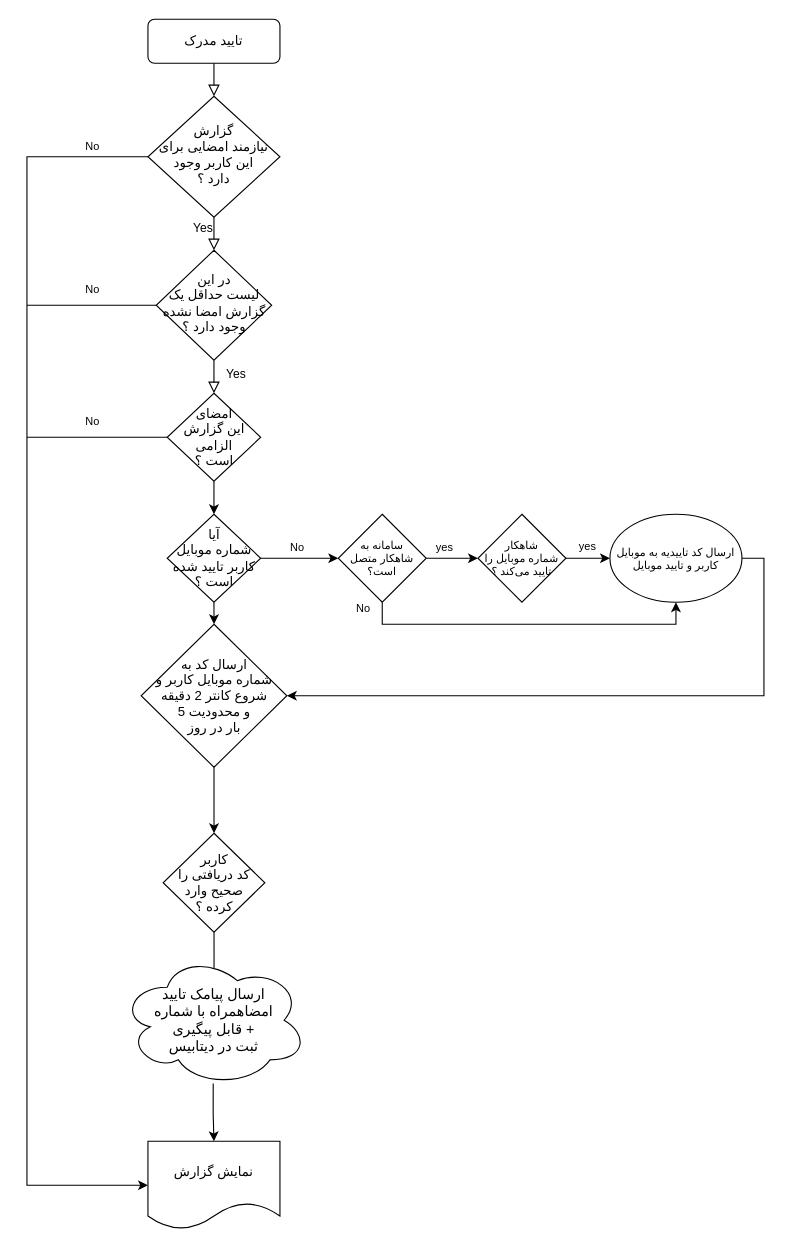
The draw.io diagram Untitled Diagram.drawio in masoodvahid/flowcharts, before the edit. Source tidied: cells renumbered, new cells numbered last; positions are measured from the earlier drawing's top-left corner, leaving out a move shared by most shapes. Both pictures are drawn from the tidied source at 110%, with x=0, y=0 at pixel (26, 19).
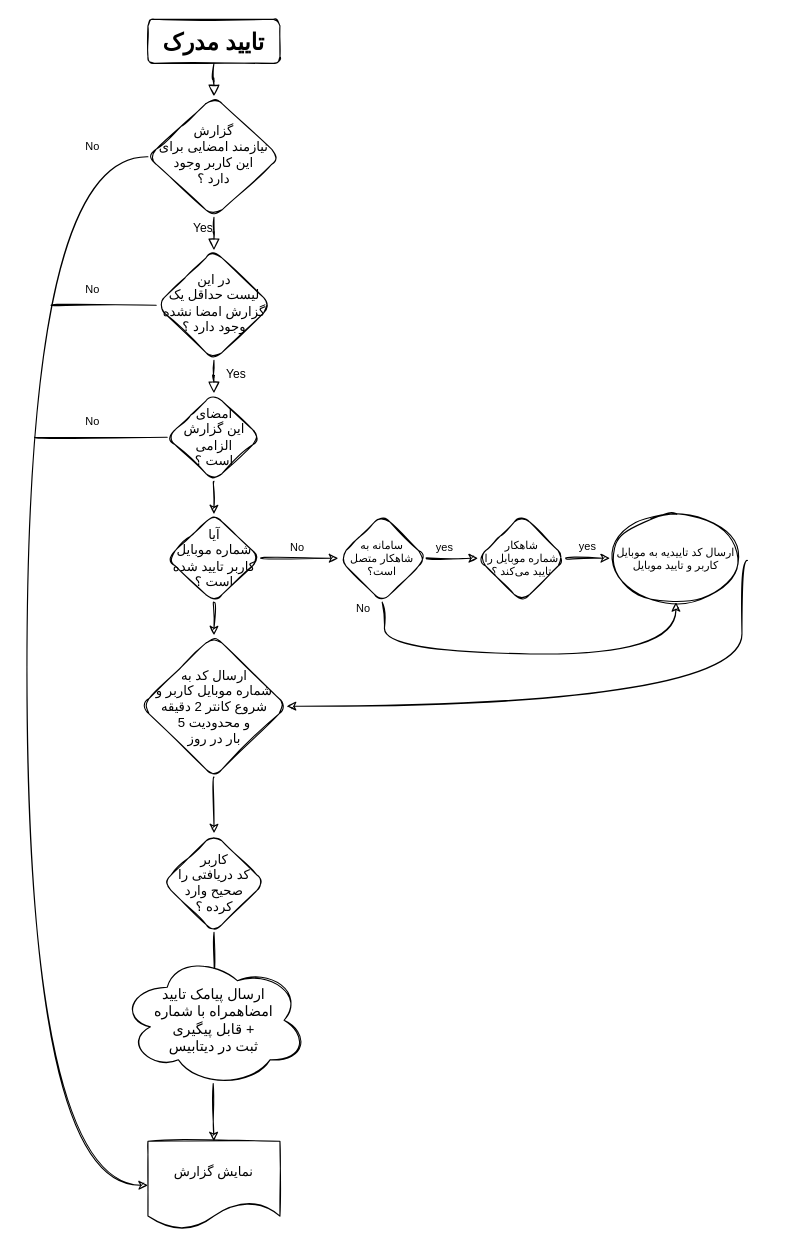
The same diagram, later.

The edit, as a diff of the source:
```diff
@@
-    <mxCell id="2" style="rounded=0;html=1;jettySize=auto;fontSize=11;endArrow=block;endFill=0;endSize=8;strokeWidth=1;shadow=0;labelBackgroundColor=none;edgeStyle=orthogonalEdgeStyle;fontFamily=Vazir;" parent="1" edge="1" source="3" target="6">
+    <mxCell id="2" style="rounded=1;html=1;jettySize=auto;fontSize=11;endArrow=block;endFill=0;endSize=8;strokeWidth=1;shadow=0;labelBackgroundColor=none;edgeStyle=orthogonalEdgeStyle;fontFamily=Vazir;sketch=1;curved=1;" parent="1" edge="1" source="3" target="6">
       <mxGeometry relative="1" as="geometry" />
     </mxCell>
-    <mxCell id="3" value="&lt;div&gt;تایید مدرک&lt;/div&gt;" style="rounded=1;whiteSpace=wrap;html=1;fontSize=12;glass=0;strokeWidth=1;shadow=0;fontFamily=Vazir;" parent="1" vertex="1">
+    <mxCell id="3" value="&lt;div style=&quot;font-size: 21px;&quot;&gt;تایید مدرک&lt;/div&gt;" style="rounded=1;whiteSpace=wrap;html=1;fontSize=21;glass=0;strokeWidth=1;shadow=0;fontFamily=Vazir;sketch=1;fontStyle=1;" parent="1" vertex="1">
       <mxGeometry x="110" width="120" height="40" as="geometry" />
     </mxCell>
-    <mxCell id="4" value="Yes" style="rounded=0;html=1;jettySize=auto;fontSize=11;endArrow=block;endFill=0;endSize=8;strokeWidth=1;shadow=0;labelBackgroundColor=none;edgeStyle=orthogonalEdgeStyle;fontFamily=Vazir;" parent="1" edge="1" source="6" target="8">
+    <mxCell id="4" value="Yes" style="rounded=1;html=1;jettySize=auto;fontSize=11;endArrow=block;endFill=0;endSize=8;strokeWidth=1;shadow=0;labelBackgroundColor=none;edgeStyle=orthogonalEdgeStyle;fontFamily=Vazir;sketch=1;curved=1;" parent="1" edge="1" source="6" target="8">
       <mxGeometry x="0.2" y="-10" relative="1" as="geometry" />
     </mxCell>
-    <mxCell id="5" style="edgeStyle=orthogonalEdgeStyle;rounded=0;jettySize=auto;html=1;exitX=0;exitY=0.5;exitDx=0;exitDy=0;entryX=0;entryY=0.5;entryDx=0;entryDy=0;fontFamily=Vazir;fontSize=10;" parent="1" edge="1" source="6" target="18">
+    <mxCell id="5" style="edgeStyle=orthogonalEdgeStyle;rounded=1;jettySize=auto;html=1;exitX=0;exitY=0.5;exitDx=0;exitDy=0;entryX=0;entryY=0.5;entryDx=0;entryDy=0;fontFamily=Vazir;fontSize=10;sketch=1;curved=1;" parent="1" edge="1" source="6" target="18">
       <mxGeometry relative="1" as="geometry">
         <Array as="points">
           <mxPoint y="125" />
           <mxPoint y="1060" />
         </Array>
       </mxGeometry>
     </mxCell>
-    <mxCell id="6" value="&lt;div style=&quot;font-size: 12px;&quot;&gt;گزارش&lt;br&gt;نیازمند امضایی برای&lt;br&gt; این کاربر وجود &lt;br style=&quot;font-size: 12px;&quot;&gt;&lt;/div&gt;&lt;div style=&quot;font-size: 12px;&quot;&gt;دارد ؟&lt;br style=&quot;font-size: 12px;&quot;&gt;&lt;/div&gt;" style="rhombus;whiteSpace=wrap;html=1;shadow=0;fontFamily=Vazir;fontSize=12;align=center;strokeWidth=1;spacing=6;spacingTop=-4;verticalAlign=middle;" parent="1" vertex="1">
+    <mxCell id="6" value="&lt;div style=&quot;font-size: 12px;&quot;&gt;گزارش&lt;br&gt;نیازمند امضایی برای&lt;br&gt; این کاربر وجود &lt;br style=&quot;font-size: 12px;&quot;&gt;&lt;/div&gt;&lt;div style=&quot;font-size: 12px;&quot;&gt;دارد ؟&lt;br style=&quot;font-size: 12px;&quot;&gt;&lt;/div&gt;" style="rhombus;whiteSpace=wrap;html=1;shadow=0;fontFamily=Vazir;fontSize=12;align=center;strokeWidth=1;spacing=6;spacingTop=-4;verticalAlign=middle;rounded=1;sketch=1;" parent="1" vertex="1">
       <mxGeometry x="110" y="70" width="120" height="110" as="geometry" />
     </mxCell>
-    <mxCell id="7" value="Yes" style="rounded=0;html=1;jettySize=auto;fontSize=11;endArrow=block;endFill=0;endSize=8;strokeWidth=1;shadow=0;labelBackgroundColor=none;edgeStyle=orthogonalEdgeStyle;fontFamily=Vazir;entryX=0.5;entryY=0;entryDx=0;entryDy=0;" parent="1" edge="1" source="8" target="10">
+    <mxCell id="7" value="Yes" style="rounded=1;html=1;jettySize=auto;fontSize=11;endArrow=block;endFill=0;endSize=8;strokeWidth=1;shadow=0;labelBackgroundColor=none;edgeStyle=orthogonalEdgeStyle;fontFamily=Vazir;entryX=0.5;entryY=0;entryDx=0;entryDy=0;sketch=1;curved=1;labelBorderColor=none;" parent="1" edge="1" source="8" target="10">
       <mxGeometry x="0.33" y="20" relative="1" as="geometry" />
     </mxCell>
-    <mxCell id="8" value="در این &lt;br&gt;لیست حداقل یک گزارش امضا نشده وجود دارد ؟" style="rhombus;whiteSpace=wrap;html=1;shadow=0;fontFamily=Vazir;fontSize=12;align=center;strokeWidth=1;spacing=6;spacingTop=-4;" parent="1" vertex="1">
+    <mxCell id="8" value="در این &lt;br&gt;لیست حداقل یک گزارش امضا نشده وجود دارد ؟" style="rhombus;whiteSpace=wrap;html=1;shadow=0;fontFamily=Vazir;fontSize=12;align=center;strokeWidth=1;spacing=6;spacingTop=-4;rounded=1;sketch=1;" parent="1" vertex="1">
       <mxGeometry x="117.5" y="210" width="105" height="100" as="geometry" />
     </mxCell>
-    <mxCell id="9" style="edgeStyle=orthogonalEdgeStyle;rounded=0;jettySize=auto;html=1;exitX=0.5;exitY=1;exitDx=0;exitDy=0;entryX=0.5;entryY=0;entryDx=0;entryDy=0;fontFamily=Vazir;fontSize=12;" parent="1" edge="1" source="10" target="13">
+    <mxCell id="9" style="edgeStyle=orthogonalEdgeStyle;rounded=1;jettySize=auto;html=1;exitX=0.5;exitY=1;exitDx=0;exitDy=0;entryX=0.5;entryY=0;entryDx=0;entryDy=0;fontFamily=Vazir;fontSize=12;sketch=1;curved=1;" parent="1" edge="1" source="10" target="13">
       <mxGeometry relative="1" as="geometry" />
     </mxCell>
-    <mxCell id="10" value="امضای&lt;br&gt; این گزارش&lt;br&gt; الزامی&lt;br&gt; است ؟" style="rhombus;whiteSpace=wrap;html=1;fontSize=12;fontFamily=Vazir;" parent="1" vertex="1">
+    <mxCell id="10" value="امضای&lt;br&gt; این گزارش&lt;br&gt; الزامی&lt;br&gt; است ؟" style="rhombus;whiteSpace=wrap;html=1;fontSize=12;fontFamily=Vazir;rounded=1;sketch=1;" parent="1" vertex="1">
       <mxGeometry x="127.5" y="340" width="85" height="80" as="geometry" />
     </mxCell>
-    <mxCell id="11" style="edgeStyle=orthogonalEdgeStyle;rounded=0;jettySize=auto;html=1;exitX=0.5;exitY=1;exitDx=0;exitDy=0;entryX=0.5;entryY=0;entryDx=0;entryDy=0;fontFamily=Vazir;fontSize=12;" parent="1" edge="1" source="13" target="15">
+    <mxCell id="11" style="edgeStyle=orthogonalEdgeStyle;rounded=1;jettySize=auto;html=1;exitX=0.5;exitY=1;exitDx=0;exitDy=0;entryX=0.5;entryY=0;entryDx=0;entryDy=0;fontFamily=Vazir;fontSize=12;sketch=1;curved=1;" parent="1" edge="1" source="13" target="15">
       <mxGeometry relative="1" as="geometry" />
     </mxCell>
-    <mxCell id="12" style="edgeStyle=orthogonalEdgeStyle;rounded=0;jettySize=auto;html=1;exitX=1;exitY=0.5;exitDx=0;exitDy=0;entryX=0;entryY=0.5;entryDx=0;entryDy=0;fontFamily=Vazir;fontSize=10;" parent="1" edge="1" source="13" target="29">
+    <mxCell id="12" style="edgeStyle=orthogonalEdgeStyle;rounded=1;jettySize=auto;html=1;exitX=1;exitY=0.5;exitDx=0;exitDy=0;entryX=0;entryY=0.5;entryDx=0;entryDy=0;fontFamily=Vazir;fontSize=10;sketch=1;curved=1;" parent="1" edge="1" source="13" target="29">
       <mxGeometry relative="1" as="geometry" />
     </mxCell>
-    <mxCell id="13" value="آیا &lt;br&gt;شماره موبایل &lt;br&gt;کاربر تایید شده &lt;br&gt;است ؟" style="rhombus;whiteSpace=wrap;html=1;fontSize=12;fontFamily=Vazir;labelBorderColor=none;" parent="1" vertex="1">
+    <mxCell id="13" value="آیا &lt;br&gt;شماره موبایل &lt;br&gt;کاربر تایید شده &lt;br&gt;است ؟" style="rhombus;whiteSpace=wrap;html=1;fontSize=12;fontFamily=Vazir;labelBorderColor=none;rounded=1;sketch=1;" parent="1" vertex="1">
       <mxGeometry x="127.5" y="450" width="85" height="80" as="geometry" />
     </mxCell>
-    <mxCell id="14" style="edgeStyle=orthogonalEdgeStyle;rounded=0;jettySize=auto;html=1;exitX=0.5;exitY=1;exitDx=0;exitDy=0;entryX=0.5;entryY=0;entryDx=0;entryDy=0;fontFamily=Vazir;fontSize=12;" parent="1" edge="1" source="15" target="17">
+    <mxCell id="14" style="edgeStyle=orthogonalEdgeStyle;rounded=1;jettySize=auto;html=1;exitX=0.5;exitY=1;exitDx=0;exitDy=0;entryX=0.5;entryY=0;entryDx=0;entryDy=0;fontFamily=Vazir;fontSize=12;sketch=1;curved=1;" parent="1" edge="1" source="15" target="17">
       <mxGeometry relative="1" as="geometry" />
     </mxCell>
-    <mxCell id="15" value="ارسال کد به &lt;br&gt;شماره موبایل کاربر و &lt;br&gt;شروع کانتر 2 دقیقه&lt;br&gt;و محدودیت 5 &lt;br&gt;بار در روز" style="rhombus;whiteSpace=wrap;html=1;fontSize=12;fontFamily=Vazir;" parent="1" vertex="1">
-      <mxGeometry x="103.8" y="550" width="132.5" height="130" as="geometry" />
+    <mxCell id="15" value="ارسال کد به &lt;br&gt;شماره موبایل کاربر و &lt;br&gt;شروع کانتر 2 دقیقه&lt;br&gt;و محدودیت 5 &lt;br&gt;بار در روز" style="rhombus;whiteSpace=wrap;html=1;fontSize=12;fontFamily=Vazir;rounded=1;sketch=1;" parent="1" vertex="1">
+      <mxGeometry x="103.8" y="560" width="132.5" height="129" as="geometry" />
     </mxCell>
-    <mxCell id="16" style="edgeStyle=orthogonalEdgeStyle;rounded=0;jettySize=auto;html=1;exitX=0.5;exitY=1;exitDx=0;exitDy=0;fontFamily=Vazir;fontSize=12;entryX=0.5;entryY=0.25;entryDx=0;entryDy=0;entryPerimeter=0;" parent="1" edge="1" source="17" target="20">
+    <mxCell id="16" style="edgeStyle=orthogonalEdgeStyle;rounded=1;jettySize=auto;html=1;exitX=0.5;exitY=1;exitDx=0;exitDy=0;fontFamily=Vazir;fontSize=12;entryX=0.5;entryY=0.25;entryDx=0;entryDy=0;entryPerimeter=0;sketch=1;curved=1;" parent="1" edge="1" source="17" target="20">
       <mxGeometry relative="1" as="geometry" />
     </mxCell>
-    <mxCell id="17" value="کاربر &lt;br&gt;کد دریافتی را صحیح وارد&lt;br&gt; کرده ؟" style="rhombus;whiteSpace=wrap;html=1;fontSize=12;fontFamily=Vazir;" parent="1" vertex="1">
+    <mxCell id="17" value="کاربر &lt;br&gt;کد دریافتی را صحیح وارد&lt;br&gt; کرده ؟" style="rhombus;whiteSpace=wrap;html=1;fontSize=12;fontFamily=Vazir;rounded=1;sketch=1;" parent="1" vertex="1">
       <mxGeometry x="123.8" y="740" width="92.5" height="90" as="geometry" />
     </mxCell>
-    <mxCell id="18" value="نمایش گزارش" style="shape=document;whiteSpace=wrap;html=1;boundedLbl=1;labelBorderColor=none;fontFamily=Vazir;fontSize=12;" parent="1" vertex="1">
+    <mxCell id="18" value="نمایش گزارش" style="shape=document;whiteSpace=wrap;html=1;boundedLbl=1;labelBorderColor=none;fontFamily=Vazir;fontSize=12;rounded=1;sketch=1;" parent="1" vertex="1">
       <mxGeometry x="110" y="1020" width="120" height="80" as="geometry" />
     </mxCell>
-    <mxCell id="19" style="edgeStyle=orthogonalEdgeStyle;rounded=0;jettySize=auto;html=1;exitX=0.496;exitY=0.98;exitDx=0;exitDy=0;exitPerimeter=0;entryX=0.5;entryY=0;entryDx=0;entryDy=0;fontFamily=Vazir;fontSize=10;" parent="1" edge="1" source="20" target="18">
+    <mxCell id="19" style="edgeStyle=orthogonalEdgeStyle;rounded=1;jettySize=auto;html=1;exitX=0.496;exitY=0.98;exitDx=0;exitDy=0;exitPerimeter=0;entryX=0.5;entryY=0;entryDx=0;entryDy=0;fontFamily=Vazir;fontSize=10;sketch=1;curved=1;" parent="1" edge="1" source="20" target="18">
       <mxGeometry relative="1" as="geometry" />
     </mxCell>
-    <mxCell id="20" value="&lt;font style=&quot;font-size: 13px;&quot;&gt;ارسال پیامک تایید &lt;br style=&quot;font-size: 13px;&quot;&gt;امضاهمراه با شماره &lt;br style=&quot;font-size: 13px;&quot;&gt;قابل پیگیری +&lt;br&gt; ثبت در دیتابیس&lt;br style=&quot;font-size: 13px;&quot;&gt;&lt;/font&gt;" style="ellipse;shape=cloud;whiteSpace=wrap;html=1;labelBorderColor=none;fontFamily=Vazir;fontSize=13;" parent="1" vertex="1">
+    <mxCell id="20" value="&lt;font style=&quot;font-size: 13px;&quot;&gt;ارسال پیامک تایید &lt;br style=&quot;font-size: 13px;&quot;&gt;امضاهمراه با شماره &lt;br style=&quot;font-size: 13px;&quot;&gt;قابل پیگیری +&lt;br&gt; ثبت در دیتابیس&lt;br style=&quot;font-size: 13px;&quot;&gt;&lt;/font&gt;" style="ellipse;shape=cloud;whiteSpace=wrap;html=1;labelBorderColor=none;fontFamily=Vazir;fontSize=13;rounded=1;sketch=1;" parent="1" vertex="1">
       <mxGeometry x="85" y="850" width="170" height="120" as="geometry" />
     </mxCell>
-    <mxCell id="21" value="No" style="text;html=1;strokeColor=none;fillColor=none;align=center;verticalAlign=middle;whiteSpace=wrap;rounded=0;labelBorderColor=none;fontFamily=Vazir;fontSize=10;" parent="1" vertex="1">
+    <mxCell id="21" value="No" style="text;html=1;strokeColor=none;fillColor=none;align=center;verticalAlign=middle;whiteSpace=wrap;rounded=1;labelBorderColor=none;fontFamily=Vazir;fontSize=10;sketch=1;" parent="1" vertex="1">
       <mxGeometry x="30" y="100" width="60" height="30" as="geometry" />
     </mxCell>
-    <mxCell id="22" value="No" style="text;html=1;strokeColor=none;fillColor=none;align=center;verticalAlign=middle;whiteSpace=wrap;rounded=0;labelBorderColor=none;fontFamily=Vazir;fontSize=10;" parent="1" vertex="1">
+    <mxCell id="22" value="No" style="text;html=1;strokeColor=none;fillColor=none;align=center;verticalAlign=middle;whiteSpace=wrap;rounded=1;labelBorderColor=none;fontFamily=Vazir;fontSize=10;sketch=1;" parent="1" vertex="1">
       <mxGeometry x="30" y="230" width="60" height="30" as="geometry" />
     </mxCell>
-    <mxCell id="23" style="endArrow=none;html=1;rounded=0;fontFamily=Vazir;fontSize=10;entryX=0;entryY=0.5;entryDx=0;entryDy=0;" parent="1" edge="1" target="8">
+    <mxCell id="23" style="endArrow=none;html=1;rounded=1;fontFamily=Vazir;fontSize=10;entryX=0;entryY=0.5;entryDx=0;entryDy=0;sketch=1;curved=1;" parent="1" edge="1" target="8">
       <mxGeometry relative="1" as="geometry">
-        <mxPoint y="260" as="sourcePoint" />
+        <mxPoint x="22" y="260" as="sourcePoint" />
       </mxGeometry>
     </mxCell>
-    <mxCell id="24" style="endArrow=none;html=1;rounded=0;fontFamily=Vazir;fontSize=10;entryX=0;entryY=0.5;entryDx=0;entryDy=0;" parent="1" edge="1" target="10">
+    <mxCell id="24" style="endArrow=none;html=1;rounded=1;fontFamily=Vazir;fontSize=10;entryX=0;entryY=0.5;entryDx=0;entryDy=0;sketch=1;curved=1;" parent="1" edge="1" target="10">
       <mxGeometry relative="1" as="geometry">
-        <mxPoint y="380" as="sourcePoint" />
+        <mxPoint x="7" y="380" as="sourcePoint" />
       </mxGeometry>
     </mxCell>
-    <mxCell id="25" value="No" style="text;html=1;strokeColor=none;fillColor=none;align=center;verticalAlign=middle;whiteSpace=wrap;rounded=0;labelBorderColor=none;fontFamily=Vazir;fontSize=10;" parent="1" vertex="1">
+    <mxCell id="25" value="No" style="text;html=1;strokeColor=none;fillColor=none;align=center;verticalAlign=middle;whiteSpace=wrap;rounded=1;labelBorderColor=none;fontFamily=Vazir;fontSize=10;sketch=1;" parent="1" vertex="1">
       <mxGeometry x="30" y="350" width="60" height="30" as="geometry" />
     </mxCell>
-    <mxCell id="26" value="No" style="text;html=1;strokeColor=none;fillColor=none;align=center;verticalAlign=middle;whiteSpace=wrap;rounded=0;labelBorderColor=none;fontFamily=Vazir;fontSize=10;" parent="1" vertex="1">
+    <mxCell id="26" value="No" style="text;html=1;strokeColor=none;fillColor=none;align=center;verticalAlign=middle;whiteSpace=wrap;rounded=1;labelBorderColor=none;fontFamily=Vazir;fontSize=10;sketch=1;" parent="1" vertex="1">
       <mxGeometry x="216.2" y="465" width="60" height="30" as="geometry" />
     </mxCell>
-    <mxCell id="27" style="edgeStyle=orthogonalEdgeStyle;rounded=0;jettySize=auto;html=1;exitX=1;exitY=0.5;exitDx=0;exitDy=0;entryX=0;entryY=0.5;entryDx=0;entryDy=0;fontFamily=Vazir;fontSize=10;" parent="1" edge="1" source="29" target="31">
+    <mxCell id="27" style="edgeStyle=orthogonalEdgeStyle;rounded=1;jettySize=auto;html=1;exitX=1;exitY=0.5;exitDx=0;exitDy=0;entryX=0;entryY=0.5;entryDx=0;entryDy=0;fontFamily=Vazir;fontSize=10;sketch=1;curved=1;" parent="1" edge="1" source="29" target="31">
       <mxGeometry relative="1" as="geometry" />
     </mxCell>
-    <mxCell id="28" style="edgeStyle=orthogonalEdgeStyle;rounded=0;jettySize=auto;html=1;exitX=0.5;exitY=1;exitDx=0;exitDy=0;entryX=0.5;entryY=1;entryDx=0;entryDy=0;fontFamily=Vazir;fontSize=10;" parent="1" edge="1" source="29" target="34">
-      <mxGeometry relative="1" as="geometry" />
+    <mxCell id="28" style="edgeStyle=orthogonalEdgeStyle;rounded=1;jettySize=auto;html=1;exitX=0.5;exitY=1;exitDx=0;exitDy=0;entryX=0.5;entryY=1;entryDx=0;entryDy=0;fontFamily=Vazir;fontSize=10;sketch=1;curved=1;" parent="1" edge="1" source="29" target="34">
+      <mxGeometry relative="1" as="geometry">
+        <Array as="points">
+          <mxPoint x="325" y="530" />
+          <mxPoint x="325" y="577" />
+          <mxPoint x="590" y="577" />
+        </Array>
+      </mxGeometry>
     </mxCell>
-    <mxCell id="29" value="سامانه به&lt;br&gt;شاهکار متصل است؟" style="rhombus;whiteSpace=wrap;html=1;labelBorderColor=none;fontFamily=Vazir;fontSize=10;" parent="1" vertex="1">
+    <mxCell id="29" value="سامانه به&lt;br&gt;شاهکار متصل است؟" style="rhombus;whiteSpace=wrap;html=1;labelBorderColor=none;fontFamily=Vazir;fontSize=10;rounded=1;sketch=1;" parent="1" vertex="1">
       <mxGeometry x="283" y="450" width="80" height="80" as="geometry" />
     </mxCell>
-    <mxCell id="30" style="edgeStyle=orthogonalEdgeStyle;rounded=0;jettySize=auto;html=1;exitX=1;exitY=0.5;exitDx=0;exitDy=0;entryX=0;entryY=0.5;entryDx=0;entryDy=0;fontFamily=Vazir;fontSize=10;" parent="1" edge="1" source="31" target="34">
+    <mxCell id="30" style="edgeStyle=orthogonalEdgeStyle;rounded=1;jettySize=auto;html=1;exitX=1;exitY=0.5;exitDx=0;exitDy=0;entryX=0;entryY=0.5;entryDx=0;entryDy=0;fontFamily=Vazir;fontSize=10;sketch=1;curved=1;" parent="1" edge="1" source="31" target="34">
       <mxGeometry relative="1" as="geometry" />
     </mxCell>
-    <mxCell id="31" value="شاهکار &lt;br&gt;شماره موبایل را تایید می‌کند ؟" style="rhombus;whiteSpace=wrap;html=1;labelBorderColor=none;fontFamily=Vazir;fontSize=10;" parent="1" vertex="1">
+    <mxCell id="31" value="شاهکار &lt;br&gt;شماره موبایل را تایید می‌کند ؟" style="rhombus;whiteSpace=wrap;html=1;labelBorderColor=none;fontFamily=Vazir;fontSize=10;rounded=1;sketch=1;" parent="1" vertex="1">
       <mxGeometry x="410" y="450" width="80" height="80" as="geometry" />
     </mxCell>
-    <mxCell id="32" value="yes" style="text;html=1;strokeColor=none;fillColor=none;align=center;verticalAlign=middle;whiteSpace=wrap;rounded=0;labelBorderColor=none;fontFamily=Vazir;fontSize=10;" parent="1" vertex="1">
+    <mxCell id="32" value="yes" style="text;html=1;strokeColor=none;fillColor=none;align=center;verticalAlign=middle;whiteSpace=wrap;rounded=1;labelBorderColor=none;fontFamily=Vazir;fontSize=10;sketch=1;" parent="1" vertex="1">
       <mxGeometry x="350" y="465" width="60" height="30" as="geometry" />
     </mxCell>
-    <mxCell id="33" style="edgeStyle=orthogonalEdgeStyle;rounded=0;jettySize=auto;html=1;exitX=1;exitY=0.5;exitDx=0;exitDy=0;entryX=1;entryY=0.5;entryDx=0;entryDy=0;fontFamily=Vazir;fontSize=10;" parent="1" edge="1" source="34" target="15">
-      <mxGeometry relative="1" as="geometry" />
+    <mxCell id="33" style="edgeStyle=orthogonalEdgeStyle;rounded=1;jettySize=auto;html=1;entryX=1;entryY=0.5;entryDx=0;entryDy=0;fontFamily=Vazir;fontSize=10;sketch=1;curved=1;" parent="1" edge="1" target="15">
+      <mxGeometry relative="1" as="geometry">
+        <mxPoint x="655" y="492" as="sourcePoint" />
+        <Array as="points">
+          <mxPoint x="650" y="624" />
+        </Array>
+      </mxGeometry>
     </mxCell>
-    <mxCell id="34" value="ارسال کد تاییدیه به موبایل کاربر و تایید موبایل" style="ellipse;whiteSpace=wrap;html=1;labelBorderColor=none;fontFamily=Vazir;fontSize=10;" parent="1" vertex="1">
+    <mxCell id="34" value="ارسال کد تاییدیه به موبایل کاربر و تایید موبایل" style="ellipse;whiteSpace=wrap;html=1;labelBorderColor=none;fontFamily=Vazir;fontSize=10;rounded=1;sketch=1;" parent="1" vertex="1">
       <mxGeometry x="530" y="450" width="120" height="80" as="geometry" />
     </mxCell>
-    <mxCell id="35" value="yes" style="text;html=1;strokeColor=none;fillColor=none;align=center;verticalAlign=middle;whiteSpace=wrap;rounded=0;labelBorderColor=none;fontFamily=Vazir;fontSize=10;" parent="1" vertex="1">
+    <mxCell id="35" value="yes" style="text;html=1;strokeColor=none;fillColor=none;align=center;verticalAlign=middle;whiteSpace=wrap;rounded=1;labelBorderColor=none;fontFamily=Vazir;fontSize=10;sketch=1;" parent="1" vertex="1">
       <mxGeometry x="480" y="463" width="60" height="31" as="geometry" />
     </mxCell>
-    <mxCell id="36" value="No" style="text;html=1;strokeColor=none;fillColor=none;align=center;verticalAlign=middle;whiteSpace=wrap;rounded=0;labelBorderColor=none;fontFamily=Vazir;fontSize=10;" parent="1" vertex="1">
+    <mxCell id="36" value="No" style="text;html=1;strokeColor=none;fillColor=none;align=center;verticalAlign=middle;whiteSpace=wrap;rounded=1;labelBorderColor=none;fontFamily=Vazir;fontSize=10;sketch=1;" parent="1" vertex="1">
       <mxGeometry x="276.2" y="520" width="60" height="30" as="geometry" />
     </mxCell>
```
